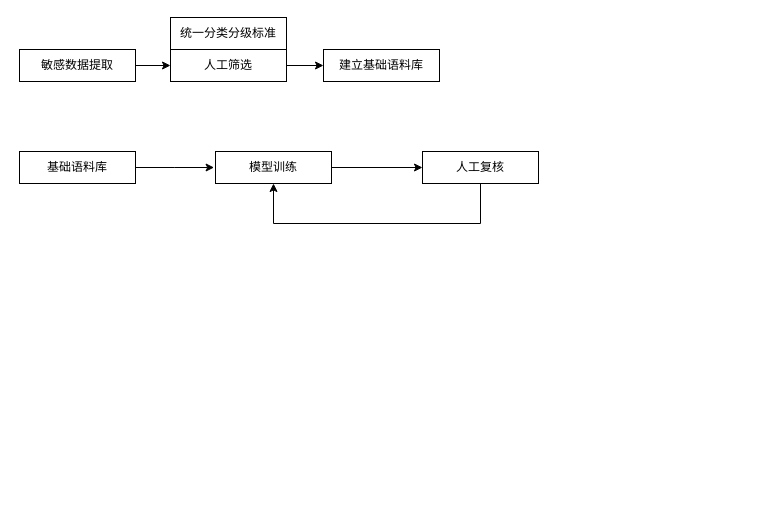
Earlier version of the draw.io diagram 数据安全.drawio (ZhangChaoZhong/draw). Source tidied: cells renumbered, new cells numbered last; positions are measured from the earlier drawing's top-left corner, leaving out a move shared by most shapes. Both pictures are drawn from the tidied source at 100%, with x=0, y=0 at pixel (19, 17).
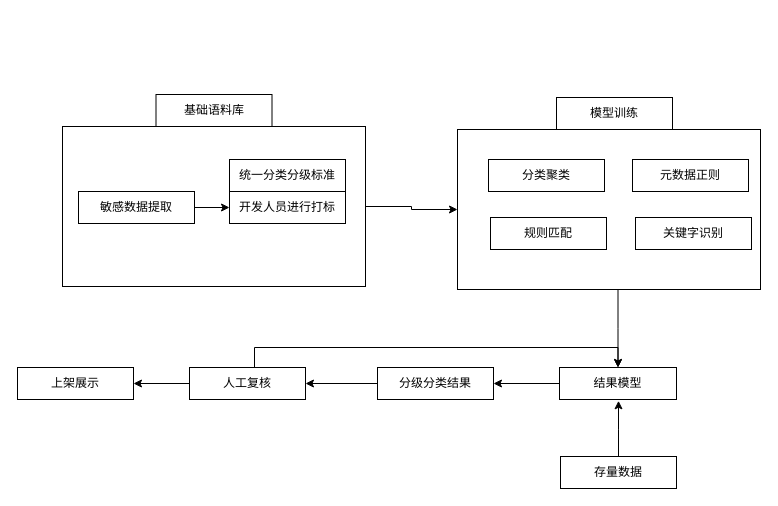
The same page after the edit.

Commit message (it also covers changes not shown here):
更新数据安全.drawio

The edit, as a diff of the source:
```diff
@@
-    <mxCell id="2" value="建立基础语料库" style="rounded=0;whiteSpace=wrap;html=1;" parent="1" vertex="1">
-      <mxGeometry x="304" y="32" width="116" height="32" as="geometry" />
-    </mxCell>
+    <mxCell id="14" style="edgeStyle=orthogonalEdgeStyle;rounded=0;jettySize=auto;html=1;entryX=0;entryY=0.5;entryDx=0;entryDy=0;" parent="1" edge="1" source="15" target="25">
+      <mxGeometry relative="1" as="geometry" />
+    </mxCell>
+    <mxCell id="15" style="rounded=0;whiteSpace=wrap;html=1;" parent="1" vertex="1">
+      <mxGeometry x="43" y="109" width="303" height="160" as="geometry" />
+    </mxCell>
@@
     <mxCell id="4" value="敏感数据提取" style="rounded=0;whiteSpace=wrap;html=1;" parent="1" vertex="1">
-      <mxGeometry y="32" width="116" height="32" as="geometry" />
+      <mxGeometry x="59" y="174" width="116" height="32" as="geometry" />
     </mxCell>
-    <mxCell id="5" style="edgeStyle=orthogonalEdgeStyle;rounded=0;jettySize=auto;html=1;" parent="1" edge="1" source="6" target="2">
-      <mxGeometry relative="1" as="geometry" />
-    </mxCell>
-    <mxCell id="6" value="人工筛选" style="rounded=0;whiteSpace=wrap;html=1;" parent="1" vertex="1">
-      <mxGeometry x="151" y="32" width="116" height="32" as="geometry" />
+    <mxCell id="6" value="开发人员进行打标" style="rounded=0;whiteSpace=wrap;html=1;" parent="1" vertex="1">
+      <mxGeometry x="210" y="174" width="116" height="32" as="geometry" />
     </mxCell>
-    <mxCell id="7" style="edgeStyle=orthogonalEdgeStyle;rounded=0;jettySize=auto;html=1;" parent="1" edge="1" source="8">
-      <mxGeometry relative="1" as="geometry">
-        <mxPoint x="194.6" y="150" as="targetPoint" />
-      </mxGeometry>
-    </mxCell>
     <mxCell id="8" value="基础语料库" style="rounded=0;whiteSpace=wrap;html=1;" parent="1" vertex="1">
-      <mxGeometry y="134" width="116" height="32" as="geometry" />
+      <mxGeometry x="136.5" y="77" width="116" height="32" as="geometry" />
     </mxCell>
-    <mxCell id="9" style="edgeStyle=orthogonalEdgeStyle;rounded=0;jettySize=auto;html=1;entryX=0;entryY=0.5;entryDx=0;entryDy=0;" parent="1" edge="1" source="10" target="12">
-      <mxGeometry relative="1" as="geometry" />
-    </mxCell>
     <mxCell id="10" value="模型训练" style="rounded=0;whiteSpace=wrap;html=1;" parent="1" vertex="1">
-      <mxGeometry x="196" y="134" width="116" height="32" as="geometry" />
+      <mxGeometry x="537" y="80" width="116" height="32" as="geometry" />
     </mxCell>
-    <mxCell id="11" style="edgeStyle=orthogonalEdgeStyle;rounded=0;jettySize=auto;html=1;entryX=0.5;entryY=1;entryDx=0;entryDy=0;exitX=0.5;exitY=1;exitDx=0;exitDy=0;" parent="1" edge="1" source="12" target="10">
-      <mxGeometry relative="1" as="geometry">
-        <Array as="points">
-          <mxPoint x="461" y="206" />
-          <mxPoint x="254" y="206" />
-        </Array>
-      </mxGeometry>
-    </mxCell>
+    <mxCell id="16" style="edgeStyle=orthogonalEdgeStyle;rounded=0;jettySize=auto;html=1;" parent="1" edge="1" source="12" target="30">
+      <mxGeometry relative="1" as="geometry" />
+    </mxCell>
+    <mxCell id="17" style="edgeStyle=orthogonalEdgeStyle;rounded=0;jettySize=auto;html=1;entryX=0.5;entryY=0;entryDx=0;entryDy=0;" parent="1" edge="1" source="12" target="21">
+      <mxGeometry relative="1" as="geometry">
+        <Array as="points">
+          <mxPoint x="235" y="330" />
+          <mxPoint x="599" y="330" />
+        </Array>
+      </mxGeometry>
+    </mxCell>
     <mxCell id="12" value="人工复核" style="rounded=0;whiteSpace=wrap;html=1;" parent="1" vertex="1">
-      <mxGeometry x="403" y="134" width="116" height="32" as="geometry" />
+      <mxGeometry x="170" y="350" width="116" height="32" as="geometry" />
     </mxCell>
     <mxCell id="13" value="统一分类分级标准" style="rounded=0;whiteSpace=wrap;html=1;" parent="1" vertex="1">
-      <mxGeometry x="151" width="116" height="32" as="geometry" />
+      <mxGeometry x="210" y="142" width="116" height="32" as="geometry" />
     </mxCell>
+    <mxCell id="18" style="edgeStyle=orthogonalEdgeStyle;rounded=0;jettySize=auto;html=1;entryX=1;entryY=0.5;entryDx=0;entryDy=0;" parent="1" edge="1" source="19" target="12">
+      <mxGeometry relative="1" as="geometry" />
+    </mxCell>
+    <mxCell id="19" value="分级分类结果" style="rounded=0;whiteSpace=wrap;html=1;" parent="1" vertex="1">
+      <mxGeometry x="358" y="350" width="116" height="32" as="geometry" />
+    </mxCell>
+    <mxCell id="20" style="edgeStyle=orthogonalEdgeStyle;rounded=0;jettySize=auto;html=1;" parent="1" edge="1" source="21" target="19">
+      <mxGeometry relative="1" as="geometry" />
+    </mxCell>
+    <mxCell id="21" value="结果模型" style="rounded=0;whiteSpace=wrap;html=1;" parent="1" vertex="1">
+      <mxGeometry x="540" y="350" width="117" height="32" as="geometry" />
+    </mxCell>
+    <mxCell id="22" style="edgeStyle=orthogonalEdgeStyle;rounded=0;jettySize=auto;html=1;" parent="1" edge="1" source="23">
+      <mxGeometry relative="1" as="geometry">
+        <mxPoint x="599" y="383.3" as="targetPoint" />
+      </mxGeometry>
+    </mxCell>
+    <mxCell id="23" value="存量数据" style="rounded=0;whiteSpace=wrap;html=1;" parent="1" vertex="1">
+      <mxGeometry x="541" y="439" width="116" height="32" as="geometry" />
+    </mxCell>
+    <mxCell id="24" style="edgeStyle=orthogonalEdgeStyle;rounded=0;jettySize=auto;html=1;entryX=0.5;entryY=0;entryDx=0;entryDy=0;" parent="1" edge="1" source="25" target="21">
+      <mxGeometry relative="1" as="geometry">
+        <Array as="points">
+          <mxPoint x="599" y="311" />
+        </Array>
+      </mxGeometry>
+    </mxCell>
+    <mxCell id="25" style="rounded=0;whiteSpace=wrap;html=1;" parent="1" vertex="1">
+      <mxGeometry x="438" y="112" width="303" height="160" as="geometry" />
+    </mxCell>
+    <mxCell id="26" value="分类聚类" style="rounded=0;whiteSpace=wrap;html=1;" parent="1" vertex="1">
+      <mxGeometry x="469" y="142" width="116" height="32" as="geometry" />
+    </mxCell>
+    <mxCell id="27" value="关键字识别" style="rounded=0;whiteSpace=wrap;html=1;" parent="1" vertex="1">
+      <mxGeometry x="616" y="200" width="116" height="32" as="geometry" />
+    </mxCell>
+    <mxCell id="28" value="规则匹配" style="rounded=0;whiteSpace=wrap;html=1;" parent="1" vertex="1">
+      <mxGeometry x="471" y="200" width="116" height="32" as="geometry" />
+    </mxCell>
+    <mxCell id="29" value="元数据正则" style="rounded=0;whiteSpace=wrap;html=1;" parent="1" vertex="1">
+      <mxGeometry x="613" y="142" width="116" height="32" as="geometry" />
+    </mxCell>
+    <mxCell id="30" value="上架展示" style="rounded=0;whiteSpace=wrap;html=1;" parent="1" vertex="1">
+      <mxGeometry x="-2" y="350" width="116" height="32" as="geometry" />
+    </mxCell>
```
